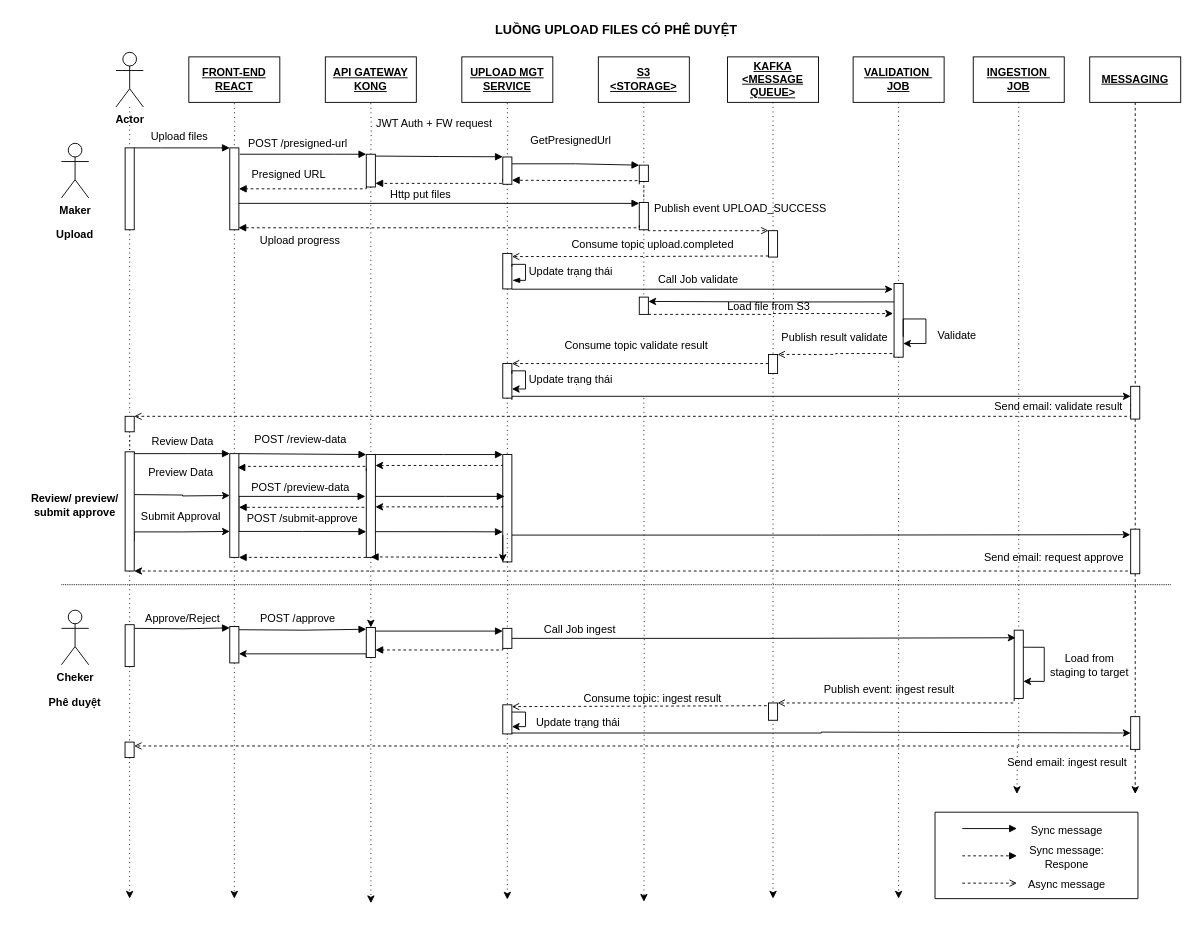
Above: page "Sequence-NEW" (7 of 13) of docs/App_UL_V1.drawio in vietda1/enterprise-upload-system (draw.io), before the change. Source tidied: cells renumbered, new cells numbered last; positions are measured from the earlier drawing's top-left corner, leaving out a move shared by most shapes. Both pictures are drawn from the tidied source at 91%, with x=0, y=0 at pixel (15, 15).
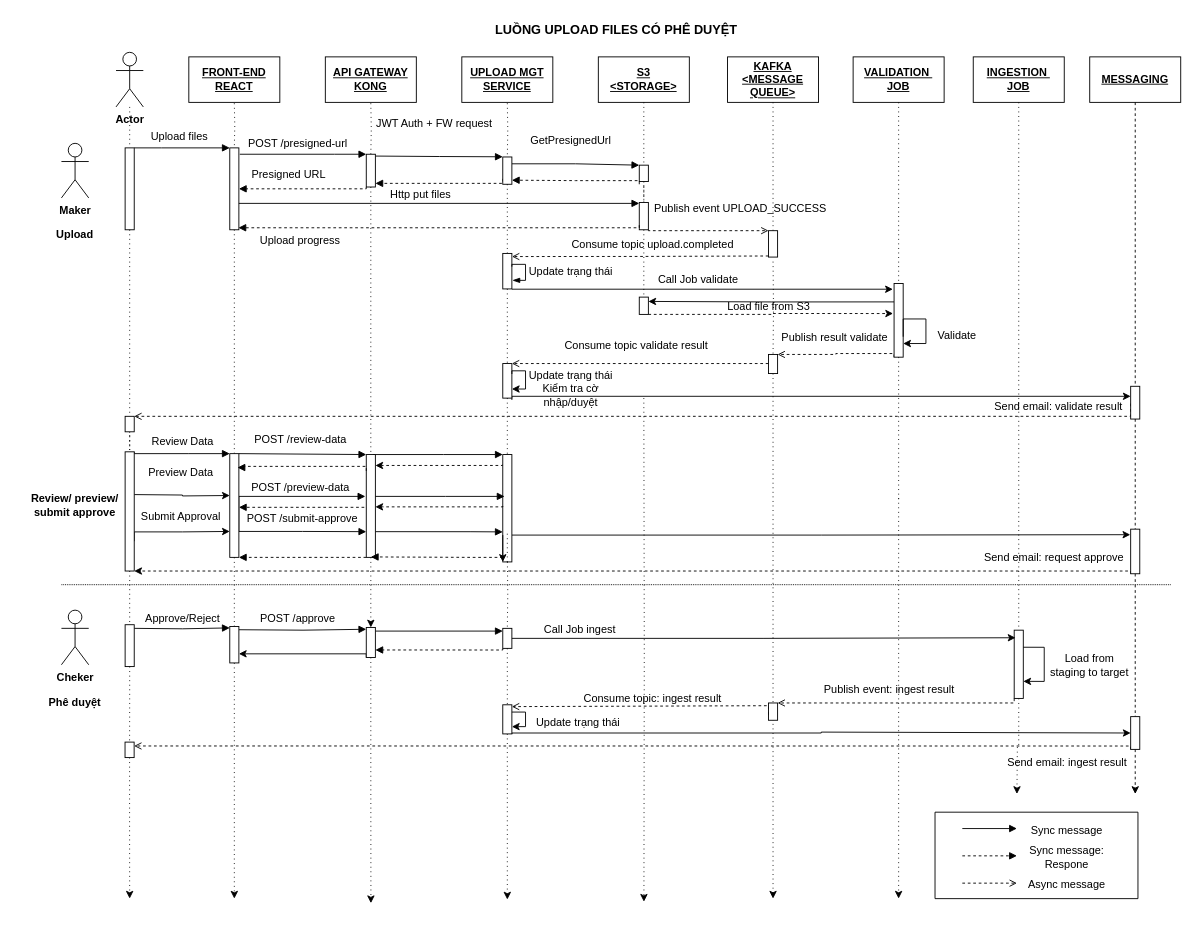
Above is the later version.

What changed in the source:
```diff
@@
-    <mxCell id="141" value="Update trạng thái" style="text;html=1;whiteSpace=wrap;strokeColor=none;fillColor=none;align=center;verticalAlign=middle;rounded=0;" parent="1" vertex="1">
-      <mxGeometry x="560" y="385" width="100" height="30" as="geometry" />
+    <mxCell id="141" value="Update trạng thái&lt;div&gt;Kiểm tra cờ nhập/duyệt&lt;/div&gt;" style="text;html=1;whiteSpace=wrap;strokeColor=none;fillColor=none;align=center;verticalAlign=middle;rounded=0;" parent="1" vertex="1">
+      <mxGeometry x="560" y="395" width="100" height="30" as="geometry" />
     </mxCell>
```
